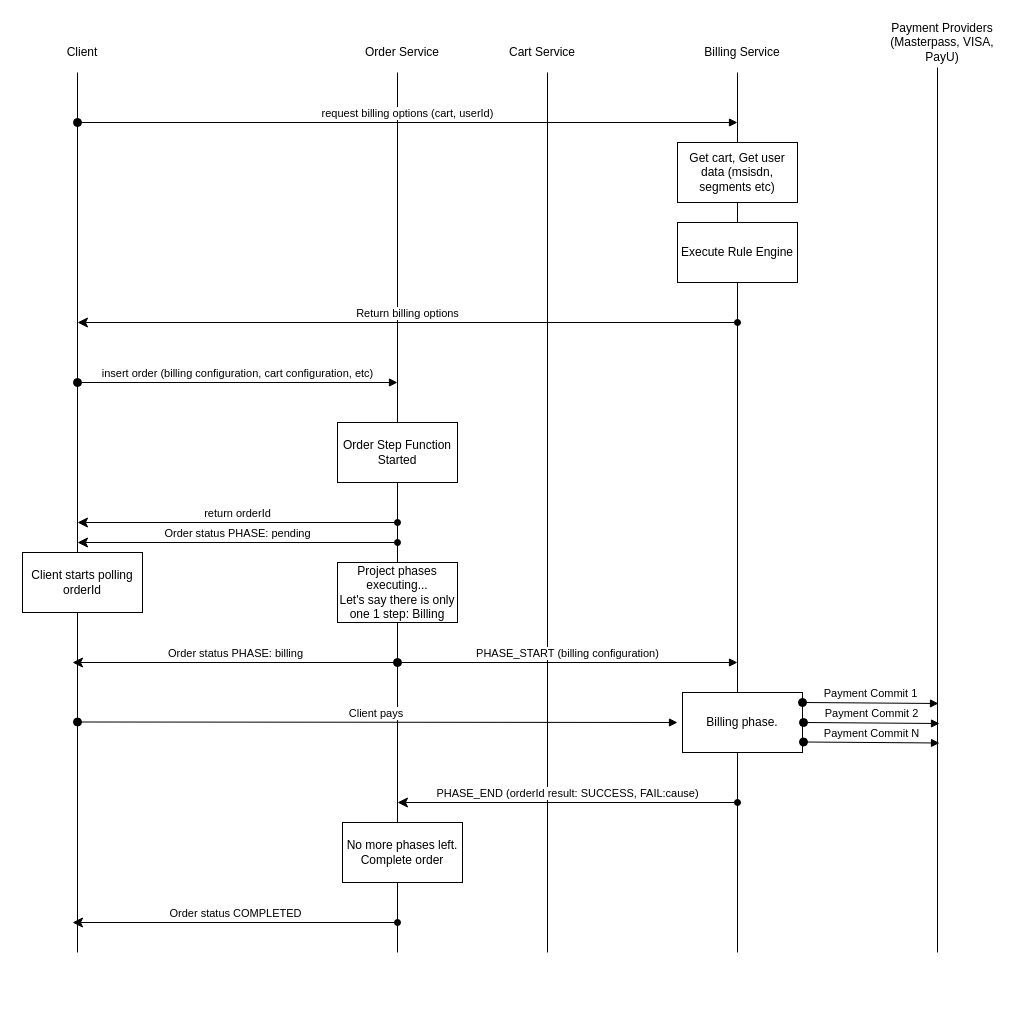
This is docs/billing-flow.drawio from rettersoft/rbs-docs, a draw.io file, before an edit. Source tidied: cells renumbered, new cells numbered last; positions are measured from the earlier drawing's top-left corner, leaving out a move shared by most shapes. Both pictures are drawn from the tidied source at 100%, with x=0, y=0 at pixel (17, 17).
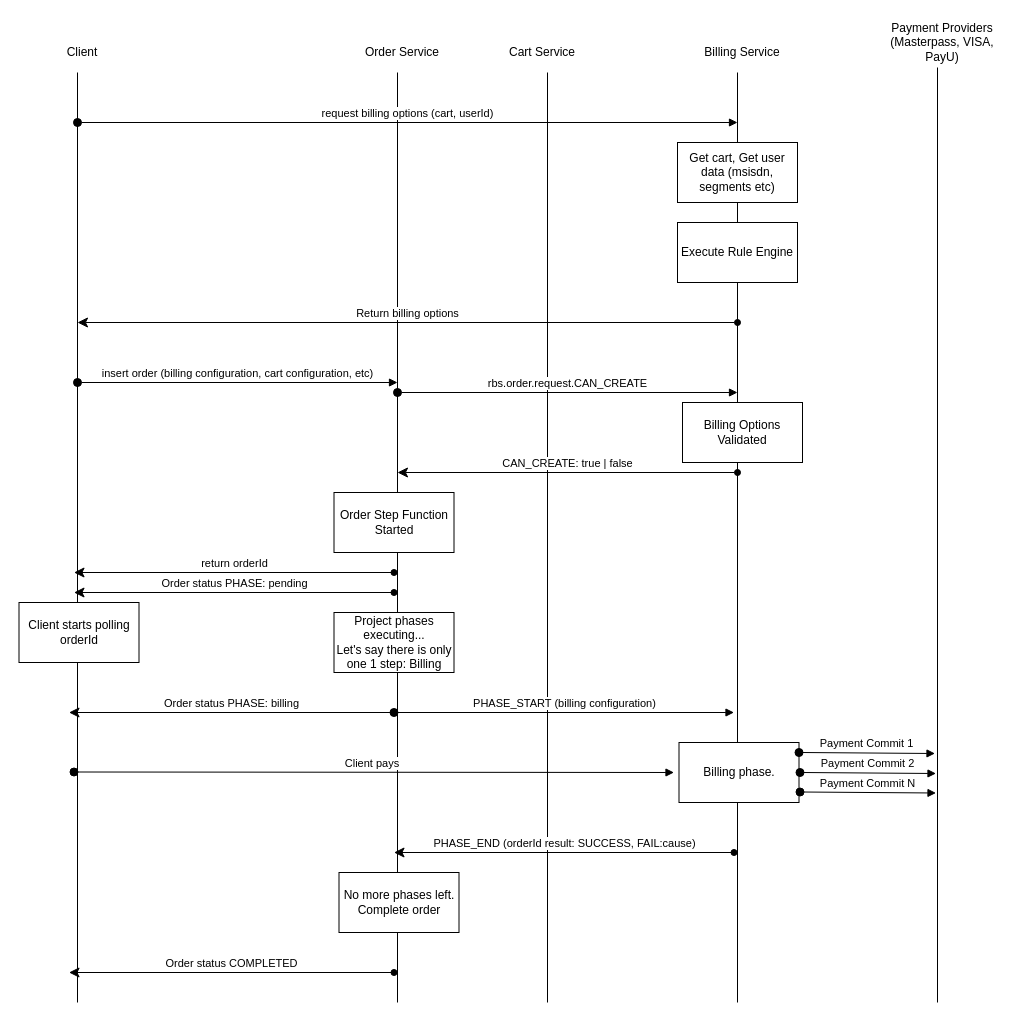
After the change.

Diff of the diagram source:
```diff
@@
     <mxCell id="2" style="endArrow=none;html=1;" parent="1" edge="1">
       <mxGeometry relative="1" as="geometry">
-        <mxPoint x="720" y="935" as="sourcePoint" />
+        <mxPoint x="720" y="985" as="sourcePoint" />
         <mxPoint x="720" y="55" as="targetPoint" />
       </mxGeometry>
     </mxCell>
@@
     <mxCell id="4" style="endArrow=none;html=1;" parent="1" edge="1">
       <mxGeometry relative="1" as="geometry">
-        <mxPoint x="530" y="935" as="sourcePoint" />
+        <mxPoint x="530" y="985" as="sourcePoint" />
         <mxPoint x="530" y="55" as="targetPoint" />
       </mxGeometry>
     </mxCell>
@@
     <mxCell id="6" style="endArrow=none;html=1;" parent="1" edge="1">
       <mxGeometry relative="1" as="geometry">
-        <mxPoint x="60" y="935" as="sourcePoint" />
+        <mxPoint x="60" y="985" as="sourcePoint" />
         <mxPoint x="60" y="55" as="targetPoint" />
       </mxGeometry>
     </mxCell>
@@
     <mxCell id="8" style="endArrow=none;html=1;" parent="1" edge="1">
       <mxGeometry relative="1" as="geometry">
-        <mxPoint x="380" y="935" as="sourcePoint" />
+        <mxPoint x="380" y="985" as="sourcePoint" />
         <mxPoint x="380" y="55" as="targetPoint" />
       </mxGeometry>
     </mxCell>
@@
     <mxCell id="15" value="Order Step Function Started" style="rounded=0;whiteSpace=wrap;html=1;" parent="1" vertex="1">
-      <mxGeometry x="320" y="405" width="120" height="60" as="geometry" />
+      <mxGeometry x="316.5" y="475" width="120" height="60" as="geometry" />
     </mxCell>
     <mxCell id="16" value="return orderId" style="html=1;verticalAlign=bottom;startArrow=classic;startFill=1;endArrow=oval;startSize=8;endFill=1;" parent="1" edge="1">
       <mxGeometry relative="1" as="geometry">
-        <mxPoint x="60" y="505" as="sourcePoint" />
-        <mxPoint x="380" y="505" as="targetPoint" />
+        <mxPoint x="56.5" y="555" as="sourcePoint" />
+        <mxPoint x="376.5" y="555" as="targetPoint" />
       </mxGeometry>
     </mxCell>
     <mxCell id="17" value="Client starts polling orderId" style="rounded=0;whiteSpace=wrap;html=1;" parent="1" vertex="1">
-      <mxGeometry x="5" y="535" width="120" height="60" as="geometry" />
+      <mxGeometry x="1.5" y="585" width="120" height="60" as="geometry" />
     </mxCell>
     <mxCell id="18" value="Project phases executing...&lt;br&gt;Let's say there is only one 1 step: Billing" style="rounded=0;whiteSpace=wrap;html=1;" parent="1" vertex="1">
-      <mxGeometry x="320" y="545" width="120" height="60" as="geometry" />
+      <mxGeometry x="316.5" y="595" width="120" height="60" as="geometry" />
     </mxCell>
     <mxCell id="19" value="PHASE_START (billing configuration)" style="html=1;verticalAlign=bottom;startArrow=oval;startFill=1;endArrow=block;startSize=8;" parent="1" edge="1">
       <mxGeometry relative="1" as="geometry">
-        <mxPoint x="380" y="645" as="sourcePoint" />
-        <mxPoint x="720" y="645" as="targetPoint" />
+        <mxPoint x="376.5" y="695" as="sourcePoint" />
+        <mxPoint x="716.5" y="695" as="targetPoint" />
       </mxGeometry>
     </mxCell>
     <mxCell id="20" value="Billing phase." style="rounded=0;whiteSpace=wrap;html=1;" parent="1" vertex="1">
-      <mxGeometry x="665" y="675" width="120" height="60" as="geometry" />
+      <mxGeometry x="661.5" y="725" width="120" height="60" as="geometry" />
     </mxCell>
     <mxCell id="21" value="Client pays&amp;nbsp;" style="html=1;verticalAlign=bottom;startArrow=oval;startFill=1;endArrow=block;startSize=8;" parent="1" edge="1">
       <mxGeometry relative="1" as="geometry">
-        <mxPoint x="60" y="704.5" as="sourcePoint" />
-        <mxPoint x="660" y="705" as="targetPoint" />
+        <mxPoint x="56.5" y="754.5" as="sourcePoint" />
+        <mxPoint x="656.5" y="755" as="targetPoint" />
       </mxGeometry>
     </mxCell>
     <mxCell id="22" style="endArrow=none;html=1;" parent="1" edge="1">
       <mxGeometry relative="1" as="geometry">
-        <mxPoint x="920" y="935" as="sourcePoint" />
+        <mxPoint x="920" y="985" as="sourcePoint" />
         <mxPoint x="920" y="50" as="targetPoint" />
       </mxGeometry>
     </mxCell>
@@
     <mxCell id="24" value="Payment Commit 1" style="html=1;verticalAlign=bottom;startArrow=oval;startFill=1;endArrow=block;startSize=8;" parent="1" edge="1">
       <mxGeometry relative="1" as="geometry">
-        <mxPoint x="785" y="685" as="sourcePoint" />
-        <mxPoint x="921" y="686" as="targetPoint" />
+        <mxPoint x="781.5" y="735" as="sourcePoint" />
+        <mxPoint x="917.5" y="736" as="targetPoint" />
       </mxGeometry>
     </mxCell>
     <mxCell id="25" value="Payment Commit 2" style="html=1;verticalAlign=bottom;startArrow=oval;startFill=1;endArrow=block;startSize=8;" parent="1" edge="1">
       <mxGeometry relative="1" as="geometry">
-        <mxPoint x="786" y="705" as="sourcePoint" />
-        <mxPoint x="922" y="706" as="targetPoint" />
+        <mxPoint x="782.5" y="755" as="sourcePoint" />
+        <mxPoint x="918.5" y="756" as="targetPoint" />
       </mxGeometry>
     </mxCell>
     <mxCell id="26" value="Payment Commit N" style="html=1;verticalAlign=bottom;startArrow=oval;startFill=1;endArrow=block;startSize=8;" parent="1" edge="1">
       <mxGeometry relative="1" as="geometry">
-        <mxPoint x="786" y="724.5" as="sourcePoint" />
-        <mxPoint x="922" y="725.5" as="targetPoint" />
+        <mxPoint x="782.5" y="774.5" as="sourcePoint" />
+        <mxPoint x="918.5" y="775.5" as="targetPoint" />
       </mxGeometry>
     </mxCell>
     <mxCell id="27" value="PHASE_END (orderId result: SUCCESS, FAIL:cause)" style="html=1;verticalAlign=bottom;startArrow=classic;startFill=1;endArrow=oval;startSize=8;endFill=1;" parent="1" edge="1">
       <mxGeometry relative="1" as="geometry">
-        <mxPoint x="380" y="785" as="sourcePoint" />
-        <mxPoint x="720" y="785" as="targetPoint" />
+        <mxPoint x="376.5" y="835" as="sourcePoint" />
+        <mxPoint x="716.5" y="835" as="targetPoint" />
       </mxGeometry>
     </mxCell>
     <mxCell id="28" value="No more phases left.&lt;br&gt;Complete order" style="rounded=0;whiteSpace=wrap;html=1;" parent="1" vertex="1">
-      <mxGeometry x="325" y="805" width="120" height="60" as="geometry" />
+      <mxGeometry x="321.5" y="855" width="120" height="60" as="geometry" />
     </mxCell>
     <mxCell id="29" value="Order status COMPLETED" style="html=1;verticalAlign=bottom;startArrow=classic;startFill=1;endArrow=oval;startSize=8;endFill=1;" parent="1" edge="1">
       <mxGeometry relative="1" as="geometry">
-        <mxPoint x="55" y="905" as="sourcePoint" />
-        <mxPoint x="380" y="905" as="targetPoint" />
+        <mxPoint x="51.5" y="955" as="sourcePoint" />
+        <mxPoint x="376.5" y="955" as="targetPoint" />
       </mxGeometry>
     </mxCell>
     <mxCell id="30" value="Order status PHASE: billing" style="html=1;verticalAlign=bottom;startArrow=classic;startFill=1;endArrow=oval;startSize=8;endFill=1;" parent="1" edge="1">
       <mxGeometry relative="1" as="geometry">
-        <mxPoint x="55" y="645" as="sourcePoint" />
-        <mxPoint x="380" y="645" as="targetPoint" />
+        <mxPoint x="51.5" y="695" as="sourcePoint" />
+        <mxPoint x="376.5" y="695" as="targetPoint" />
       </mxGeometry>
     </mxCell>
     <mxCell id="31" value="Order status PHASE: pending" style="html=1;verticalAlign=bottom;startArrow=classic;startFill=1;endArrow=oval;startSize=8;endFill=1;" parent="1" edge="1">
       <mxGeometry relative="1" as="geometry">
-        <mxPoint x="60" y="525" as="sourcePoint" />
-        <mxPoint x="380" y="525" as="targetPoint" />
+        <mxPoint x="56.5" y="575" as="sourcePoint" />
+        <mxPoint x="376.5" y="575" as="targetPoint" />
       </mxGeometry>
     </mxCell>
+    <mxCell id="32" value="rbs.order.request.CAN_CREATE" style="html=1;verticalAlign=bottom;startArrow=oval;startFill=1;endArrow=block;startSize=8;" parent="1" edge="1">
+      <mxGeometry relative="1" as="geometry">
+        <mxPoint x="380" y="375" as="sourcePoint" />
+        <mxPoint x="720" y="375" as="targetPoint" />
+      </mxGeometry>
+    </mxCell>
+    <mxCell id="33" value="Billing Options Validated" style="rounded=0;whiteSpace=wrap;html=1;" parent="1" vertex="1">
+      <mxGeometry x="665" y="385" width="120" height="60" as="geometry" />
+    </mxCell>
+    <mxCell id="34" value="CAN_CREATE: true | false" style="html=1;verticalAlign=bottom;startArrow=classic;startFill=1;endArrow=oval;startSize=8;endFill=1;" parent="1" edge="1">
+      <mxGeometry relative="1" as="geometry">
+        <mxPoint x="380" y="455" as="sourcePoint" />
+        <mxPoint x="720" y="455" as="targetPoint" />
+      </mxGeometry>
+    </mxCell>
```
